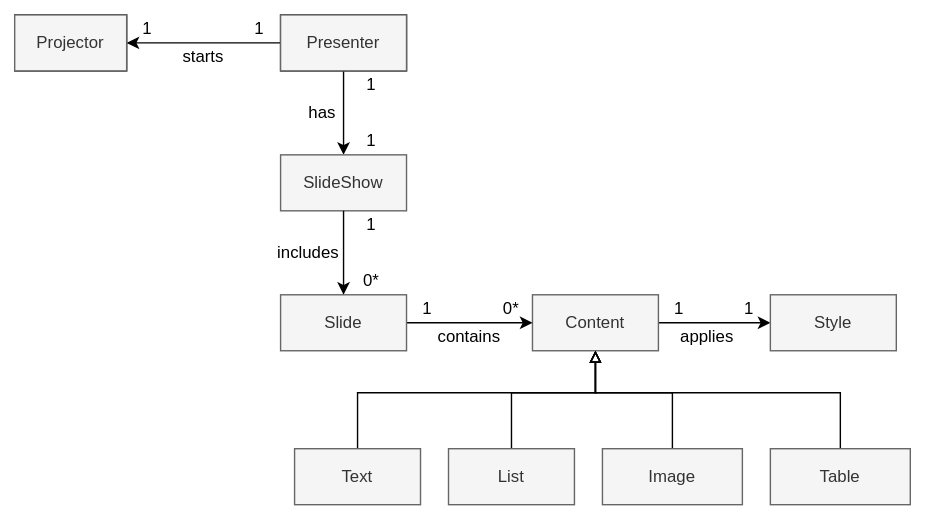
Earlier version of the draw.io export resources/DFC_domain_model.svg (Janko-dev/jabberpoint). Source tidied: cells renumbered, new cells last; positions are measured from the earlier drawing's top-left corner, leaving out a move shared by most shapes.
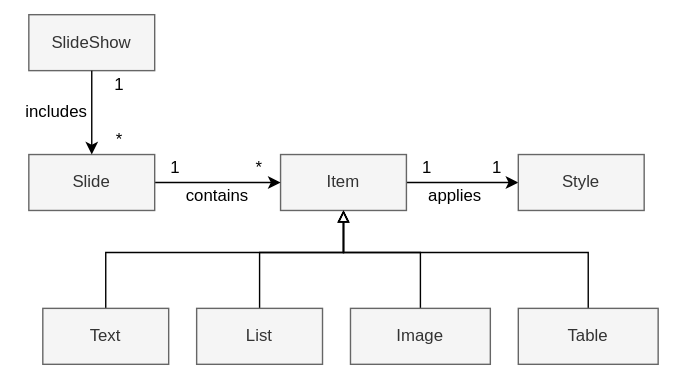
The same diagram one commit later.

Commit message:
added considerations and removed presentor and projector entities

What changed in the source:
```diff
@@ -2,31 +2,13 @@
   <root>
     <mxCell id="0" />
     <mxCell id="1" parent="0" />
-    <mxCell id="2" value="Projector" style="rounded=0;whiteSpace=wrap;html=1;" parent="1" vertex="1">
-      <mxGeometry width="80" height="40" as="geometry" />
-    </mxCell>
-    <mxCell id="3" style="edgeStyle=orthogonalEdgeStyle;rounded=0;jettySize=auto;html=1;entryX=1;entryY=0.5;entryDx=0;entryDy=0;endArrow=classic;endFill=1;" parent="1" edge="1" source="5" target="2">
-      <mxGeometry relative="1" as="geometry" />
-    </mxCell>
-    <mxCell id="4" style="edgeStyle=orthogonalEdgeStyle;rounded=0;jettySize=auto;html=1;entryX=0.5;entryY=0;entryDx=0;entryDy=0;endArrow=classic;endFill=1;" parent="1" edge="1" source="5" target="8">
-      <mxGeometry relative="1" as="geometry" />
-    </mxCell>
-    <mxCell id="5" value="Presenter" style="rounded=0;whiteSpace=wrap;html=1;" parent="1" vertex="1">
-      <mxGeometry x="190" width="90" height="40" as="geometry" />
-    </mxCell>
-    <mxCell id="6" value="1" style="text;html=1;strokeColor=none;fillColor=none;align=center;verticalAlign=middle;whiteSpace=wrap;rounded=0;" parent="1" vertex="1">
-      <mxGeometry x="80" width="30" height="20" as="geometry" />
-    </mxCell>
-    <mxCell id="7" value="1" style="text;html=1;strokeColor=none;fillColor=none;align=center;verticalAlign=middle;whiteSpace=wrap;rounded=0;" parent="1" vertex="1">
-      <mxGeometry x="160" width="30" height="20" as="geometry" />
-    </mxCell>
     <mxCell id="8" value="SlideShow" style="rounded=0;whiteSpace=wrap;html=1;fillColor=#f5f5f5;strokeColor=#666666;fontColor=#333333;" parent="1" vertex="1">
       <mxGeometry x="190" y="100" width="90" height="40" as="geometry" />
     </mxCell>
     <mxCell id="9" style="edgeStyle=orthogonalEdgeStyle;rounded=0;jettySize=auto;html=1;entryX=0;entryY=0.5;entryDx=0;entryDy=0;endArrow=classic;endFill=1;" parent="1" edge="1" source="10" target="21">
       <mxGeometry relative="1" as="geometry" />
     </mxCell>
-    <mxCell id="10" value="Content" style="rounded=0;whiteSpace=wrap;html=1;fillColor=#f5f5f5;strokeColor=#666666;fontColor=#333333;" parent="1" vertex="1">
+    <mxCell id="10" value="Item" style="rounded=0;whiteSpace=wrap;html=1;fillColor=#f5f5f5;strokeColor=#666666;fontColor=#333333;" parent="1" vertex="1">
       <mxGeometry x="370" y="200" width="90" height="40" as="geometry" />
     </mxCell>
     <mxCell id="11" style="edgeStyle=orthogonalEdgeStyle;rounded=0;jettySize=auto;html=1;entryX=0.5;entryY=1;entryDx=0;entryDy=0;endArrow=block;endFill=0;" parent="1" edge="1" source="12" target="10">
@@ -82,34 +64,22 @@
     <mxCell id="21" value="Style" style="rounded=0;whiteSpace=wrap;html=1;fillColor=#f5f5f5;strokeColor=#666666;fontColor=#333333;" parent="1" vertex="1">
       <mxGeometry x="540" y="200" width="90" height="40" as="geometry" />
     </mxCell>
-    <mxCell id="22" value="1" style="text;html=1;strokeColor=none;fillColor=none;align=center;verticalAlign=middle;whiteSpace=wrap;rounded=0;" parent="1" vertex="1">
-      <mxGeometry x="240" y="40" width="30" height="20" as="geometry" />
-    </mxCell>
-    <mxCell id="23" value="1" style="text;html=1;strokeColor=none;fillColor=none;align=center;verticalAlign=middle;whiteSpace=wrap;rounded=0;" parent="1" vertex="1">
-      <mxGeometry x="240" y="80" width="30" height="20" as="geometry" />
-    </mxCell>
     <mxCell id="24" style="edgeStyle=orthogonalEdgeStyle;rounded=0;jettySize=auto;html=1;entryX=0.5;entryY=0;entryDx=0;entryDy=0;endArrow=classic;endFill=1;exitX=0.5;exitY=1;exitDx=0;exitDy=0;" parent="1" edge="1" source="8" target="20">
       <mxGeometry relative="1" as="geometry" />
     </mxCell>
     <mxCell id="25" value="1" style="text;html=1;strokeColor=none;fillColor=none;align=center;verticalAlign=middle;whiteSpace=wrap;rounded=0;" parent="1" vertex="1">
       <mxGeometry x="240" y="140" width="30" height="20" as="geometry" />
     </mxCell>
-    <mxCell id="26" value="0*" style="text;html=1;strokeColor=none;fillColor=none;align=center;verticalAlign=middle;whiteSpace=wrap;rounded=0;" parent="1" vertex="1">
+    <mxCell id="26" value="*" style="text;html=1;strokeColor=none;fillColor=none;align=center;verticalAlign=middle;whiteSpace=wrap;rounded=0;" parent="1" vertex="1">
       <mxGeometry x="240" y="180" width="30" height="20" as="geometry" />
     </mxCell>
-    <mxCell id="27" value="starts" style="text;html=1;strokeColor=none;fillColor=none;align=center;verticalAlign=middle;whiteSpace=wrap;rounded=0;" parent="1" vertex="1">
-      <mxGeometry x="110" y="20" width="50" height="20" as="geometry" />
-    </mxCell>
-    <mxCell id="28" value="has" style="text;html=1;strokeColor=none;fillColor=none;align=center;verticalAlign=middle;whiteSpace=wrap;rounded=0;" parent="1" vertex="1">
-      <mxGeometry x="200" y="60" width="40" height="20" as="geometry" />
-    </mxCell>
     <mxCell id="29" value="includes" style="text;html=1;strokeColor=none;fillColor=none;align=center;verticalAlign=middle;whiteSpace=wrap;rounded=0;" parent="1" vertex="1">
       <mxGeometry x="180" y="160" width="60" height="20" as="geometry" />
     </mxCell>
     <mxCell id="30" value="1" style="text;html=1;strokeColor=none;fillColor=none;align=center;verticalAlign=middle;whiteSpace=wrap;rounded=0;" parent="1" vertex="1">
       <mxGeometry x="280" y="200" width="30" height="20" as="geometry" />
     </mxCell>
-    <mxCell id="31" value="0*" style="text;html=1;strokeColor=none;fillColor=none;align=center;verticalAlign=middle;whiteSpace=wrap;rounded=0;" parent="1" vertex="1">
+    <mxCell id="31" value="*" style="text;html=1;strokeColor=none;fillColor=none;align=center;verticalAlign=middle;whiteSpace=wrap;rounded=0;" parent="1" vertex="1">
       <mxGeometry x="340" y="200" width="30" height="20" as="geometry" />
     </mxCell>
     <mxCell id="32" value="contains" style="text;html=1;strokeColor=none;fillColor=none;align=center;verticalAlign=middle;whiteSpace=wrap;rounded=0;" parent="1" vertex="1">
@@ -124,11 +94,5 @@
     <mxCell id="35" value="applies" style="text;html=1;strokeColor=none;fillColor=none;align=center;verticalAlign=middle;whiteSpace=wrap;rounded=0;" parent="1" vertex="1">
       <mxGeometry x="460" y="220" width="70" height="20" as="geometry" />
     </mxCell>
-    <mxCell id="36" value="Projector" style="rounded=0;whiteSpace=wrap;html=1;fillColor=#f5f5f5;strokeColor=#666666;fontColor=#333333;" parent="1" vertex="1">
-      <mxGeometry width="80" height="40" as="geometry" />
-    </mxCell>
-    <mxCell id="37" value="Presenter" style="rounded=0;whiteSpace=wrap;html=1;fillColor=#f5f5f5;strokeColor=#666666;fontColor=#333333;" parent="1" vertex="1">
-      <mxGeometry x="190" width="90" height="40" as="geometry" />
-    </mxCell>
   </root>
 </mxGraphModel>
```
